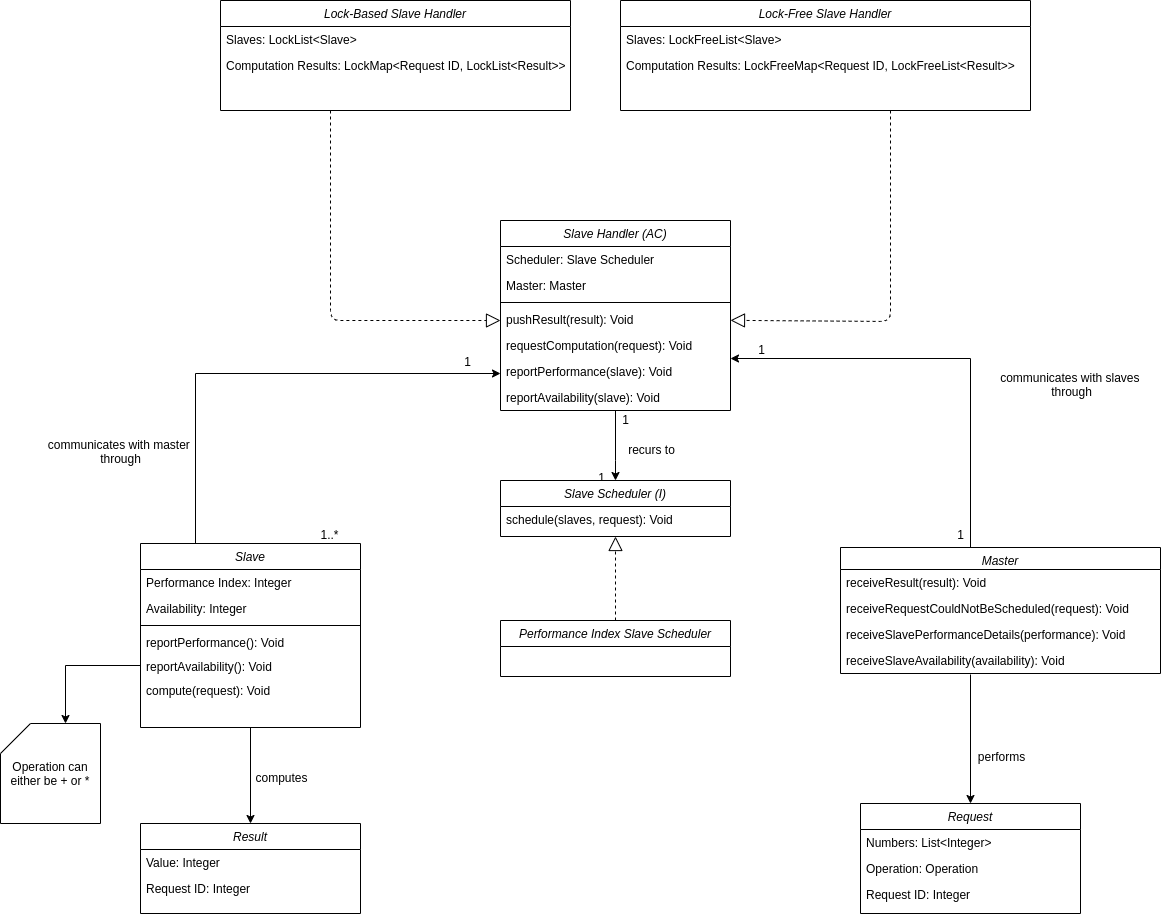
freitzzz/SOCOF19-20-G5 keeps this draw.io diagram as diagrams/res/domain.png. Above is the earlier version. Source tidied: cells renumbered, new cells last; positions are measured from the earlier drawing's top-left corner, leaving out a move shared by most shapes.
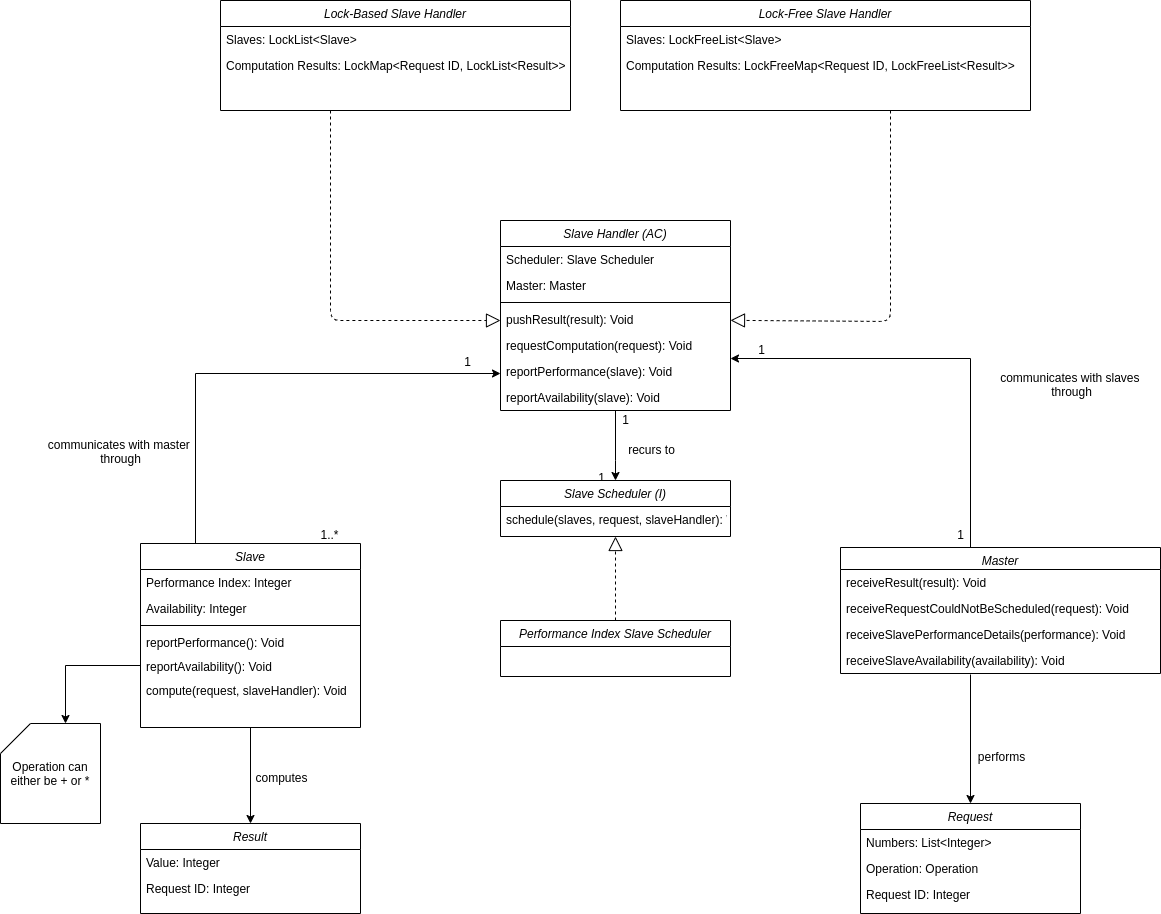
The same diagram one commit later.

Commit message:
Updated slave and slave scheduler to receive slave handler by parameters

Diff of the diagram source:
```diff
@@ -141,7 +141,7 @@
     <mxCell id="34" value="Slave Scheduler (I)" style="swimlane;fontStyle=2;align=center;verticalAlign=top;horizontal=1;startSize=26;rounded=0;shadow=0;strokeWidth=1;" parent="1" vertex="1">
       <mxGeometry x="500" y="480" width="230" height="56" as="geometry" />
     </mxCell>
-    <mxCell id="35" value="schedule(slaves, request): Void" style="text;align=left;verticalAlign=top;spacingLeft=4;spacingRight=4;overflow=hidden;rounded=0;shadow=0;html=0;" parent="34" vertex="1">
+    <mxCell id="35" value="schedule(slaves, request, slaveHandler): Void" style="text;align=left;verticalAlign=top;spacingLeft=4;spacingRight=4;overflow=hidden;rounded=0;shadow=0;html=0;" parent="34" vertex="1">
       <mxGeometry y="26" width="230" height="26" as="geometry" />
     </mxCell>
     <mxCell id="36" value="Performance Index Slave Scheduler" style="swimlane;fontStyle=2;align=center;verticalAlign=top;horizontal=1;startSize=26;rounded=0;shadow=0;strokeWidth=1;" parent="1" vertex="1">
@@ -197,7 +197,7 @@
     <mxCell id="49" value="reportAvailability(): Void" style="text;align=left;verticalAlign=top;spacingLeft=4;spacingRight=4;overflow=hidden;points=[[0,0.5],[1,0.5]];portConstraint=eastwest;rounded=0;shadow=0;html=0;" parent="44" vertex="1">
       <mxGeometry y="110" width="220" height="24" as="geometry" />
     </mxCell>
-    <mxCell id="50" value="compute(request): Void" style="text;align=left;verticalAlign=top;spacingLeft=4;spacingRight=4;overflow=hidden;rounded=0;shadow=0;html=0;" parent="44" vertex="1">
+    <mxCell id="50" value="compute(request, slaveHandler): Void" style="text;align=left;verticalAlign=top;spacingLeft=4;spacingRight=4;overflow=hidden;rounded=0;shadow=0;html=0;" parent="44" vertex="1">
       <mxGeometry y="134" width="220" height="24" as="geometry" />
     </mxCell>
     <mxCell id="51" value="Result" style="swimlane;fontStyle=2;align=center;verticalAlign=top;horizontal=1;startSize=26;rounded=0;shadow=0;strokeWidth=1;" parent="1" vertex="1">
```
